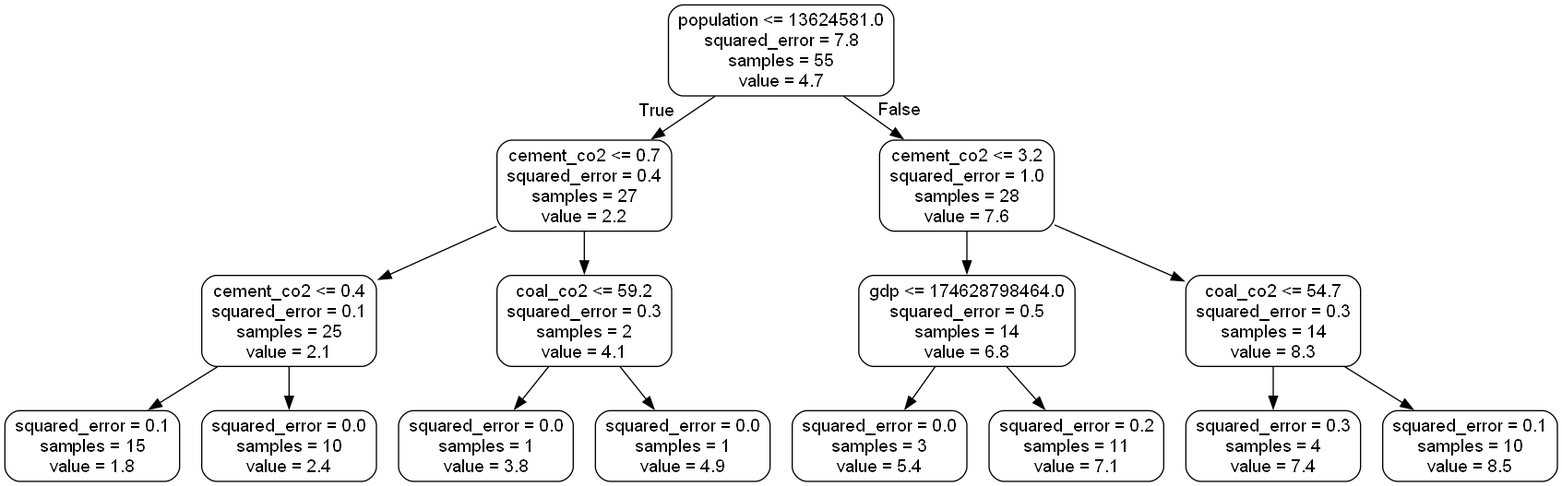
Above: small_tree.png in L-dos-Santos/final-project (Graphviz), before the change. Its source is kept beside it as small_tree.dot. The source it was exported from:
```dot
digraph Tree {
node [shape=box, style="rounded", color="black", fontname="helvetica"] ;
edge [fontname="helvetica"] ;
0 [label="population <= 13624581.0\nsquared_error = 7.8\nsamples = 55\nvalue = 4.7"] ;
1 [label="cement_co2 <= 0.7\nsquared_error = 0.4\nsamples = 27\nvalue = 2.2"] ;
0 -> 1 [labeldistance=2.5, labelangle=45, headlabel="True"] ;
2 [label="cement_co2 <= 0.4\nsquared_error = 0.1\nsamples = 25\nvalue = 2.1"] ;
1 -> 2 ;
3 [label="squared_error = 0.1\nsamples = 15\nvalue = 1.8"] ;
2 -> 3 ;
4 [label="squared_error = 0.0\nsamples = 10\nvalue = 2.4"] ;
2 -> 4 ;
5 [label="coal_co2 <= 59.2\nsquared_error = 0.3\nsamples = 2\nvalue = 4.1"] ;
1 -> 5 ;
6 [label="squared_error = 0.0\nsamples = 1\nvalue = 3.8"] ;
5 -> 6 ;
7 [label="squared_error = 0.0\nsamples = 1\nvalue = 4.9"] ;
5 -> 7 ;
8 [label="cement_co2 <= 3.2\nsquared_error = 1.0\nsamples = 28\nvalue = 7.6"] ;
0 -> 8 [labeldistance=2.5, labelangle=-45, headlabel="False"] ;
9 [label="gdp <= 174628798464.0\nsquared_error = 0.5\nsamples = 14\nvalue = 6.8"] ;
8 -> 9 ;
10 [label="squared_error = 0.0\nsamples = 3\nvalue = 5.4"] ;
9 -> 10 ;
11 [label="squared_error = 0.2\nsamples = 11\nvalue = 7.1"] ;
9 -> 11 ;
12 [label="coal_co2 <= 54.7\nsquared_error = 0.3\nsamples = 14\nvalue = 8.3"] ;
8 -> 12 ;
13 [label="squared_error = 0.3\nsamples = 4\nvalue = 7.4"] ;
12 -> 13 ;
14 [label="squared_error = 0.1\nsamples = 10\nvalue = 8.5"] ;
12 -> 14 ;
}
```
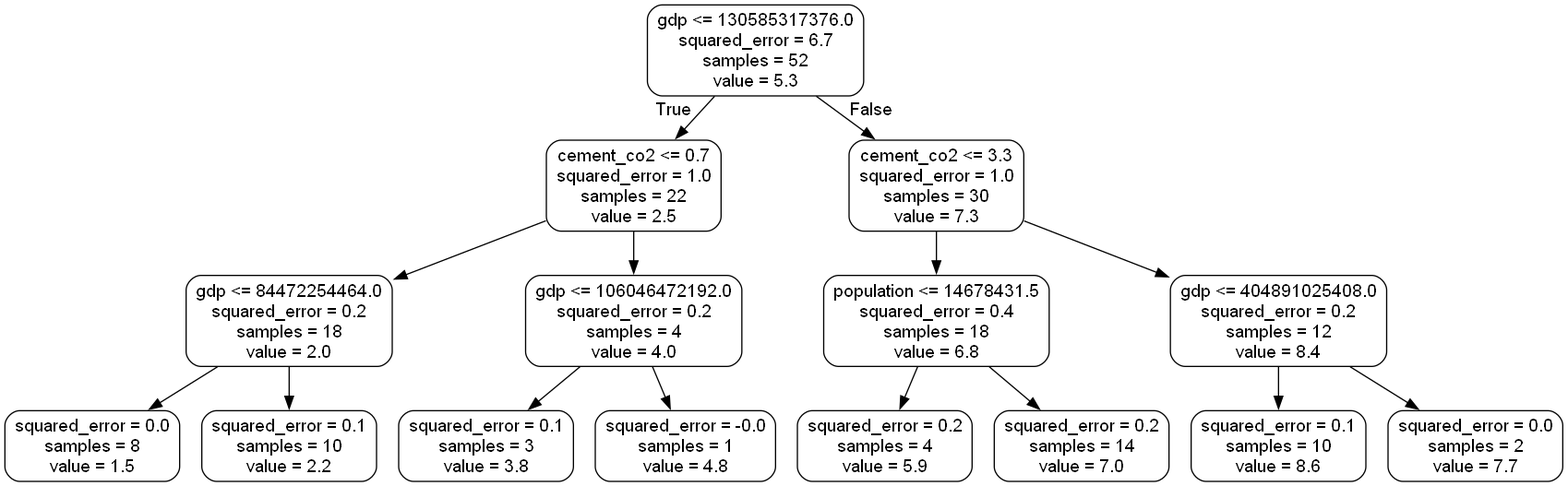
After the change.

Change to the diagram source:
```diff
@@ -1,33 +1,33 @@
 digraph Tree {
 node [shape=box, style="rounded", color="black", fontname="helvetica"] ;
 edge [fontname="helvetica"] ;
-0 [label="population <= 13624581.0\nsquared_error = 7.8\nsamples = 55\nvalue = 4.7"] ;
-1 [label="cement_co2 <= 0.7\nsquared_error = 0.4\nsamples = 27\nvalue = 2.2"] ;
+0 [label="gdp <= 130585317376.0\nsquared_error = 6.7\nsamples = 52\nvalue = 5.3"] ;
+1 [label="cement_co2 <= 0.7\nsquared_error = 1.0\nsamples = 22\nvalue = 2.5"] ;
 0 -> 1 [labeldistance=2.5, labelangle=45, headlabel="True"] ;
-2 [label="cement_co2 <= 0.4\nsquared_error = 0.1\nsamples = 25\nvalue = 2.1"] ;
+2 [label="gdp <= 84472254464.0\nsquared_error = 0.2\nsamples = 18\nvalue = 2.0"] ;
 1 -> 2 ;
-3 [label="squared_error = 0.1\nsamples = 15\nvalue = 1.8"] ;
+3 [label="squared_error = 0.0\nsamples = 8\nvalue = 1.5"] ;
 2 -> 3 ;
-4 [label="squared_error = 0.0\nsamples = 10\nvalue = 2.4"] ;
+4 [label="squared_error = 0.1\nsamples = 10\nvalue = 2.2"] ;
 2 -> 4 ;
-5 [label="coal_co2 <= 59.2\nsquared_error = 0.3\nsamples = 2\nvalue = 4.1"] ;
+5 [label="gdp <= 106046472192.0\nsquared_error = 0.2\nsamples = 4\nvalue = 4.0"] ;
 1 -> 5 ;
-6 [label="squared_error = 0.0\nsamples = 1\nvalue = 3.8"] ;
+6 [label="squared_error = 0.1\nsamples = 3\nvalue = 3.8"] ;
 5 -> 6 ;
-7 [label="squared_error = 0.0\nsamples = 1\nvalue = 4.9"] ;
+7 [label="squared_error = -0.0\nsamples = 1\nvalue = 4.8"] ;
 5 -> 7 ;
-8 [label="cement_co2 <= 3.2\nsquared_error = 1.0\nsamples = 28\nvalue = 7.6"] ;
+8 [label="cement_co2 <= 3.3\nsquared_error = 1.0\nsamples = 30\nvalue = 7.3"] ;
 0 -> 8 [labeldistance=2.5, labelangle=-45, headlabel="False"] ;
-9 [label="gdp <= 174628798464.0\nsquared_error = 0.5\nsamples = 14\nvalue = 6.8"] ;
+9 [label="population <= 14678431.5\nsquared_error = 0.4\nsamples = 18\nvalue = 6.8"] ;
 8 -> 9 ;
-10 [label="squared_error = 0.0\nsamples = 3\nvalue = 5.4"] ;
+10 [label="squared_error = 0.2\nsamples = 4\nvalue = 5.9"] ;
 9 -> 10 ;
-11 [label="squared_error = 0.2\nsamples = 11\nvalue = 7.1"] ;
+11 [label="squared_error = 0.2\nsamples = 14\nvalue = 7.0"] ;
 9 -> 11 ;
-12 [label="coal_co2 <= 54.7\nsquared_error = 0.3\nsamples = 14\nvalue = 8.3"] ;
+12 [label="gdp <= 404891025408.0\nsquared_error = 0.2\nsamples = 12\nvalue = 8.4"] ;
 8 -> 12 ;
-13 [label="squared_error = 0.3\nsamples = 4\nvalue = 7.4"] ;
+13 [label="squared_error = 0.1\nsamples = 10\nvalue = 8.6"] ;
 12 -> 13 ;
-14 [label="squared_error = 0.1\nsamples = 10\nvalue = 8.5"] ;
+14 [label="squared_error = 0.0\nsamples = 2\nvalue = 7.7"] ;
 12 -> 14 ;
 }
```
